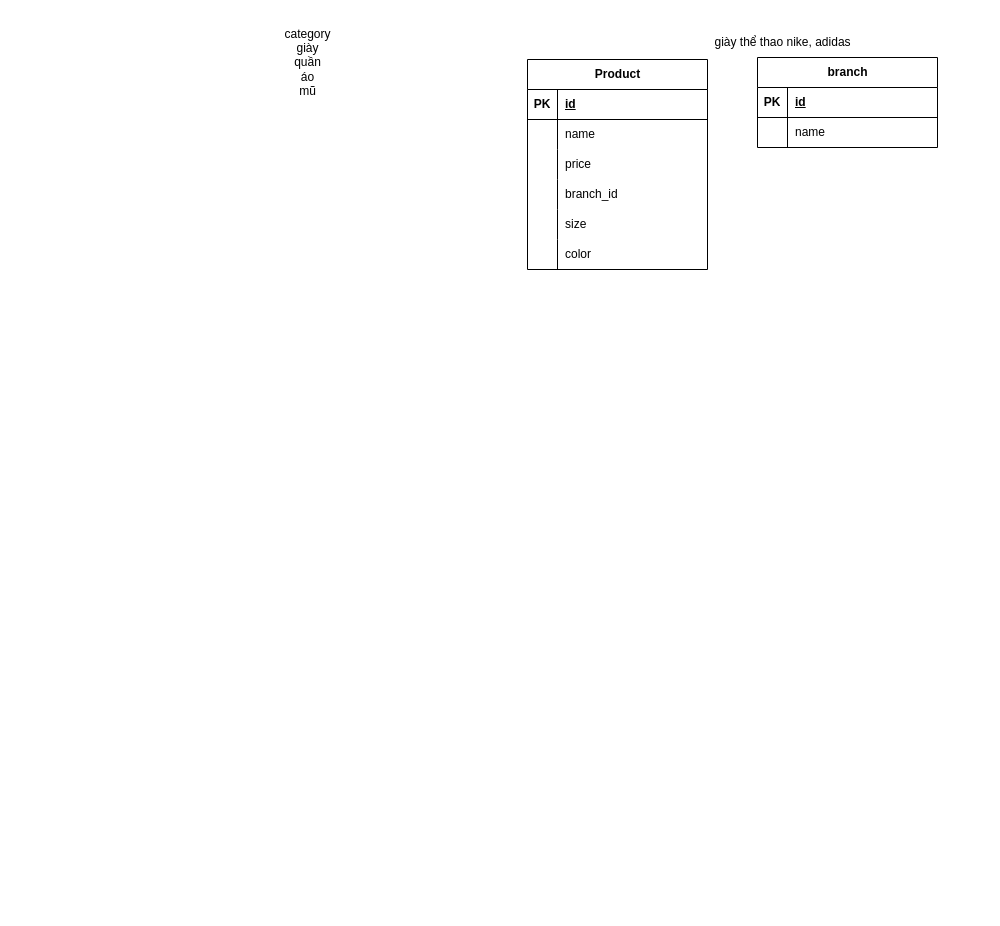
This is database.drawio from MingChenCodeLab/diagram, a draw.io file, before an edit. Source tidied: cells renumbered, new cells numbered last; positions are measured from the earlier drawing's top-left corner, leaving out a move shared by most shapes. Both pictures are drawn from the tidied source at 100%, with x=0, y=0 at pixel (272, 17).
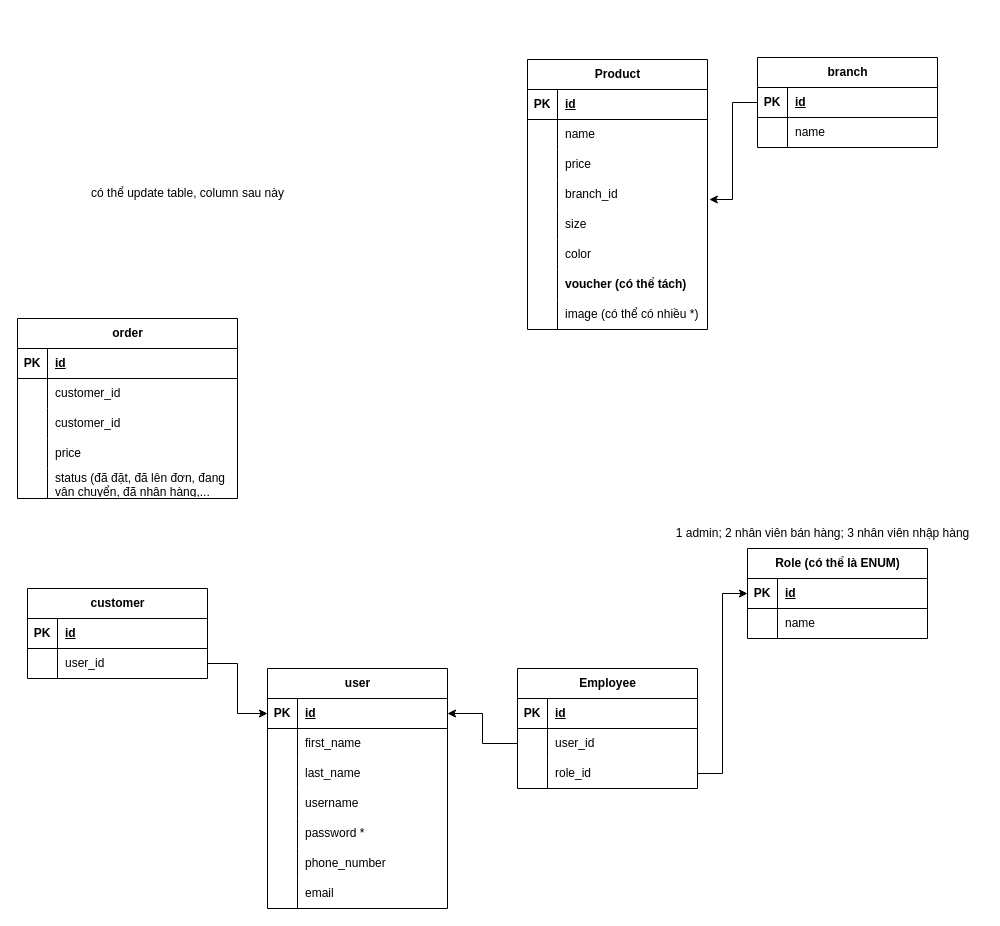
The same page after the edit.

Unchanged cells that the change refers to:
```xml
<mxCell id="12" style="shape=tableRow;horizontal=0;startSize=0;swimlaneHead=0;swimlaneBody=0;fillColor=none;points=[[0,0.5],[1,0.5]];portConstraint=eastwest;top=0;left=0;right=0;bottom=0;" parent="2" vertex="1">
  <mxGeometry y="120" width="180" height="30" as="geometry" />
</mxCell>
<mxCell id="23" style="shape=tableRow;horizontal=0;startSize=0;swimlaneHead=0;swimlaneBody=0;fillColor=none;points=[[0,0.5],[1,0.5]];portConstraint=eastwest;top=0;left=0;right=0;bottom=1;" parent="22" vertex="1">
  <mxGeometry y="30" width="180" height="30" as="geometry" />
</mxCell>
```

What changed in the source:
```diff
@@
     <mxCell id="2" value="Product" style="shape=table;startSize=30;childLayout=tableLayout;rowLines=0;fontStyle=1;align=center;html=1;" parent="1" vertex="1">
-      <mxGeometry x="255" y="42" width="180" height="210" as="geometry" />
+      <mxGeometry x="255" y="42" width="180" height="270" as="geometry" />
     </mxCell>
@@
-    <mxCell id="21" value="giày thể thao nike, adidas" style="text;html=1;align=center;verticalAlign=middle;strokeColor=none;fillColor=none;" parent="1" vertex="1">
-      <mxGeometry x="430" y="10" width="160" height="30" as="geometry" />
-    </mxCell>
+    <mxCell id="30" style="shape=tableRow;horizontal=0;startSize=0;swimlaneHead=0;swimlaneBody=0;fillColor=none;top=0;left=0;right=0;bottom=0;" parent="2" vertex="1">
+      <mxGeometry y="210" width="180" height="30" as="geometry" />
+    </mxCell>
+    <mxCell id="31" style="shape=partialRectangle;fillColor=none;top=0;left=0;bottom=0;right=0;overflow=hidden;whiteSpace=wrap;html=1;" parent="30" vertex="1">
+      <mxGeometry width="30" height="30" as="geometry" />
+    </mxCell>
+    <mxCell id="32" value="&lt;b&gt;voucher (có thể tách)&lt;/b&gt;" style="shape=partialRectangle;fillColor=none;top=0;left=0;bottom=0;right=0;align=left;spacingLeft=6;overflow=hidden;whiteSpace=wrap;html=1;" parent="30" vertex="1">
+      <mxGeometry x="30" width="150" height="30" as="geometry" />
+    </mxCell>
+    <mxCell id="33" style="shape=tableRow;horizontal=0;startSize=0;swimlaneHead=0;swimlaneBody=0;fillColor=none;top=0;left=0;right=0;bottom=0;" parent="2" vertex="1">
+      <mxGeometry y="240" width="180" height="30" as="geometry" />
+    </mxCell>
+    <mxCell id="34" style="shape=partialRectangle;fillColor=none;top=0;left=0;bottom=0;right=0;overflow=hidden;whiteSpace=wrap;html=1;" parent="33" vertex="1">
+      <mxGeometry width="30" height="30" as="geometry" />
+    </mxCell>
+    <mxCell id="35" value="image (có thể có nhiều *)" style="shape=partialRectangle;fillColor=none;top=0;left=0;bottom=0;right=0;align=left;spacingLeft=6;overflow=hidden;whiteSpace=wrap;html=1;" parent="33" vertex="1">
+      <mxGeometry x="30" width="150" height="30" as="geometry" />
+    </mxCell>
@@
-    <mxCell id="29" value="category&lt;br&gt;giày&lt;br&gt;quần&lt;br&gt;áo&lt;br&gt;mũ" style="text;html=1;align=center;verticalAlign=middle;strokeColor=none;fillColor=none;" parent="1" vertex="1">
-      <mxGeometry width="70" height="90" as="geometry" />
-    </mxCell>
+    <mxCell id="36" value="customer" style="shape=table;startSize=30;childLayout=tableLayout;rowLines=0;fontStyle=1;align=center;html=1;" parent="1" vertex="1">
+      <mxGeometry x="-245" y="571" width="180" height="90" as="geometry" />
+    </mxCell>
+    <mxCell id="37" style="shape=tableRow;horizontal=0;startSize=0;swimlaneHead=0;swimlaneBody=0;fillColor=none;top=0;left=0;right=0;bottom=1;" parent="36" vertex="1">
+      <mxGeometry y="30" width="180" height="30" as="geometry" />
+    </mxCell>
+    <mxCell id="38" value="PK" style="shape=partialRectangle;fillColor=none;top=0;left=0;bottom=0;right=0;fontStyle=1;overflow=hidden;whiteSpace=wrap;html=1;" parent="37" vertex="1">
+      <mxGeometry width="30" height="30" as="geometry" />
+    </mxCell>
+    <mxCell id="39" value="id" style="shape=partialRectangle;fillColor=none;top=0;left=0;bottom=0;right=0;align=left;spacingLeft=6;fontStyle=5;overflow=hidden;whiteSpace=wrap;html=1;" parent="37" vertex="1">
+      <mxGeometry x="30" width="150" height="30" as="geometry" />
+    </mxCell>
+    <mxCell id="40" style="shape=tableRow;horizontal=0;startSize=0;swimlaneHead=0;swimlaneBody=0;fillColor=none;points=[[0,0.5],[1,0.5]];portConstraint=eastwest;top=0;left=0;right=0;bottom=0;" parent="36" vertex="1">
+      <mxGeometry y="60" width="180" height="30" as="geometry" />
+    </mxCell>
+    <mxCell id="41" style="shape=partialRectangle;fillColor=none;top=0;left=0;bottom=0;right=0;overflow=hidden;whiteSpace=wrap;html=1;" parent="40" vertex="1">
+      <mxGeometry width="30" height="30" as="geometry" />
+    </mxCell>
+    <mxCell id="42" value="user_id" style="shape=partialRectangle;fillColor=none;top=0;left=0;bottom=0;right=0;align=left;spacingLeft=6;overflow=hidden;whiteSpace=wrap;html=1;" parent="40" vertex="1">
+      <mxGeometry x="30" width="150" height="30" as="geometry" />
+    </mxCell>
+    <mxCell id="43" style="edgeStyle=orthogonalEdgeStyle;rounded=0;jettySize=auto;html=1;entryX=1.01;entryY=0.667;entryDx=0;entryDy=0;entryPerimeter=0;" parent="1" edge="1" source="23" target="12">
+      <mxGeometry relative="1" as="geometry" />
+    </mxCell>
+    <mxCell id="44" value="có thể update table, column sau này" style="text;html=1;align=center;verticalAlign=middle;strokeColor=none;fillColor=none;" parent="1" vertex="1">
+      <mxGeometry x="-195" y="161" width="220" height="30" as="geometry" />
+    </mxCell>
+    <mxCell id="45" value="Employee" style="shape=table;startSize=30;childLayout=tableLayout;rowLines=0;fontStyle=1;align=center;html=1;" parent="1" vertex="1">
+      <mxGeometry x="245" y="651" width="180" height="120" as="geometry" />
+    </mxCell>
+    <mxCell id="46" style="shape=tableRow;horizontal=0;startSize=0;swimlaneHead=0;swimlaneBody=0;fillColor=none;top=0;left=0;right=0;bottom=1;" parent="45" vertex="1">
+      <mxGeometry y="30" width="180" height="30" as="geometry" />
+    </mxCell>
+    <mxCell id="47" value="PK" style="shape=partialRectangle;fillColor=none;top=0;left=0;bottom=0;right=0;fontStyle=1;overflow=hidden;whiteSpace=wrap;html=1;" parent="46" vertex="1">
+      <mxGeometry width="30" height="30" as="geometry" />
+    </mxCell>
+    <mxCell id="48" value="id" style="shape=partialRectangle;fillColor=none;top=0;left=0;bottom=0;right=0;align=left;spacingLeft=6;fontStyle=5;overflow=hidden;whiteSpace=wrap;html=1;" parent="46" vertex="1">
+      <mxGeometry x="30" width="150" height="30" as="geometry" />
+    </mxCell>
+    <mxCell id="49" style="shape=tableRow;horizontal=0;startSize=0;swimlaneHead=0;swimlaneBody=0;fillColor=none;points=[[0,0.5],[1,0.5]];portConstraint=eastwest;top=0;left=0;right=0;bottom=0;" parent="45" vertex="1">
+      <mxGeometry y="60" width="180" height="30" as="geometry" />
+    </mxCell>
+    <mxCell id="50" style="shape=partialRectangle;fillColor=none;top=0;left=0;bottom=0;right=0;overflow=hidden;whiteSpace=wrap;html=1;" parent="49" vertex="1">
+      <mxGeometry width="30" height="30" as="geometry" />
+    </mxCell>
+    <mxCell id="51" value="user_id" style="shape=partialRectangle;fillColor=none;top=0;left=0;bottom=0;right=0;align=left;spacingLeft=6;overflow=hidden;whiteSpace=wrap;html=1;" parent="49" vertex="1">
+      <mxGeometry x="30" width="150" height="30" as="geometry" />
+    </mxCell>
+    <mxCell id="52" style="shape=tableRow;horizontal=0;startSize=0;swimlaneHead=0;swimlaneBody=0;fillColor=none;points=[[0,0.5],[1,0.5]];portConstraint=eastwest;top=0;left=0;right=0;bottom=0;" parent="45" vertex="1">
+      <mxGeometry y="90" width="180" height="30" as="geometry" />
+    </mxCell>
+    <mxCell id="53" style="shape=partialRectangle;fillColor=none;top=0;left=0;bottom=0;right=0;overflow=hidden;whiteSpace=wrap;html=1;" parent="52" vertex="1">
+      <mxGeometry width="30" height="30" as="geometry" />
+    </mxCell>
+    <mxCell id="54" value="role_id" style="shape=partialRectangle;fillColor=none;top=0;left=0;bottom=0;right=0;align=left;spacingLeft=6;overflow=hidden;whiteSpace=wrap;html=1;" parent="52" vertex="1">
+      <mxGeometry x="30" width="150" height="30" as="geometry" />
+    </mxCell>
+    <mxCell id="55" value="Role (có thể là ENUM)" style="shape=table;startSize=30;childLayout=tableLayout;rowLines=0;fontStyle=1;align=center;html=1;" parent="1" vertex="1">
+      <mxGeometry x="475" y="531" width="180" height="90" as="geometry" />
+    </mxCell>
+    <mxCell id="56" style="shape=tableRow;horizontal=0;startSize=0;swimlaneHead=0;swimlaneBody=0;fillColor=none;points=[[0,0.5],[1,0.5]];portConstraint=eastwest;top=0;left=0;right=0;bottom=1;" parent="55" vertex="1">
+      <mxGeometry y="30" width="180" height="30" as="geometry" />
+    </mxCell>
+    <mxCell id="57" value="PK" style="shape=partialRectangle;fillColor=none;top=0;left=0;bottom=0;right=0;fontStyle=1;overflow=hidden;whiteSpace=wrap;html=1;" parent="56" vertex="1">
+      <mxGeometry width="30" height="30" as="geometry" />
+    </mxCell>
+    <mxCell id="58" value="id" style="shape=partialRectangle;fillColor=none;top=0;left=0;bottom=0;right=0;align=left;spacingLeft=6;fontStyle=5;overflow=hidden;whiteSpace=wrap;html=1;" parent="56" vertex="1">
+      <mxGeometry x="30" width="150" height="30" as="geometry" />
+    </mxCell>
+    <mxCell id="59" style="shape=tableRow;horizontal=0;startSize=0;swimlaneHead=0;swimlaneBody=0;fillColor=none;top=0;left=0;right=0;bottom=0;" parent="55" vertex="1">
+      <mxGeometry y="60" width="180" height="30" as="geometry" />
+    </mxCell>
+    <mxCell id="60" style="shape=partialRectangle;fillColor=none;top=0;left=0;bottom=0;right=0;overflow=hidden;whiteSpace=wrap;html=1;" parent="59" vertex="1">
+      <mxGeometry width="30" height="30" as="geometry" />
+    </mxCell>
+    <mxCell id="61" value="name" style="shape=partialRectangle;fillColor=none;top=0;left=0;bottom=0;right=0;align=left;spacingLeft=6;overflow=hidden;whiteSpace=wrap;html=1;" parent="59" vertex="1">
+      <mxGeometry x="30" width="150" height="30" as="geometry" />
+    </mxCell>
+    <mxCell id="62" value="1 admin; 2 nhân viên bán hàng; 3 nhân viên nhập hàng" style="text;html=1;align=center;verticalAlign=middle;strokeColor=none;fillColor=none;" parent="1" vertex="1">
+      <mxGeometry x="390" y="501" width="320" height="30" as="geometry" />
+    </mxCell>
+    <mxCell id="63" value="user" style="shape=table;startSize=30;childLayout=tableLayout;rowLines=0;fontStyle=1;align=center;html=1;" parent="1" vertex="1">
+      <mxGeometry x="-5" y="651" width="180" height="240" as="geometry" />
+    </mxCell>
+    <mxCell id="64" style="shape=tableRow;horizontal=0;startSize=0;swimlaneHead=0;swimlaneBody=0;fillColor=none;points=[[0,0.5],[1,0.5]];portConstraint=eastwest;top=0;left=0;right=0;bottom=1;" parent="63" vertex="1">
+      <mxGeometry y="30" width="180" height="30" as="geometry" />
+    </mxCell>
+    <mxCell id="65" value="PK" style="shape=partialRectangle;fillColor=none;top=0;left=0;bottom=0;right=0;fontStyle=1;overflow=hidden;whiteSpace=wrap;html=1;" parent="64" vertex="1">
+      <mxGeometry width="30" height="30" as="geometry" />
+    </mxCell>
+    <mxCell id="66" value="id" style="shape=partialRectangle;fillColor=none;top=0;left=0;bottom=0;right=0;align=left;spacingLeft=6;fontStyle=5;overflow=hidden;whiteSpace=wrap;html=1;" parent="64" vertex="1">
+      <mxGeometry x="30" width="150" height="30" as="geometry" />
+    </mxCell>
+    <mxCell id="67" style="shape=tableRow;horizontal=0;startSize=0;swimlaneHead=0;swimlaneBody=0;fillColor=none;top=0;left=0;right=0;bottom=0;" parent="63" vertex="1">
+      <mxGeometry y="60" width="180" height="30" as="geometry" />
+    </mxCell>
+    <mxCell id="68" style="shape=partialRectangle;fillColor=none;top=0;left=0;bottom=0;right=0;overflow=hidden;whiteSpace=wrap;html=1;" parent="67" vertex="1">
+      <mxGeometry width="30" height="30" as="geometry" />
+    </mxCell>
+    <mxCell id="69" value="first_name" style="shape=partialRectangle;fillColor=none;top=0;left=0;bottom=0;right=0;align=left;spacingLeft=6;overflow=hidden;whiteSpace=wrap;html=1;" parent="67" vertex="1">
+      <mxGeometry x="30" width="150" height="30" as="geometry" />
+    </mxCell>
+    <mxCell id="70" style="shape=tableRow;horizontal=0;startSize=0;swimlaneHead=0;swimlaneBody=0;fillColor=none;top=0;left=0;right=0;bottom=0;" parent="63" vertex="1">
+      <mxGeometry y="90" width="180" height="30" as="geometry" />
+    </mxCell>
+    <mxCell id="71" style="shape=partialRectangle;fillColor=none;top=0;left=0;bottom=0;right=0;overflow=hidden;whiteSpace=wrap;html=1;" parent="70" vertex="1">
+      <mxGeometry width="30" height="30" as="geometry" />
+    </mxCell>
+    <mxCell id="72" value="last_name" style="shape=partialRectangle;fillColor=none;top=0;left=0;bottom=0;right=0;align=left;spacingLeft=6;overflow=hidden;whiteSpace=wrap;html=1;" parent="70" vertex="1">
+      <mxGeometry x="30" width="150" height="30" as="geometry" />
+    </mxCell>
+    <mxCell id="73" style="shape=tableRow;horizontal=0;startSize=0;swimlaneHead=0;swimlaneBody=0;fillColor=none;top=0;left=0;right=0;bottom=0;" parent="63" vertex="1">
+      <mxGeometry y="120" width="180" height="30" as="geometry" />
+    </mxCell>
+    <mxCell id="74" style="shape=partialRectangle;fillColor=none;top=0;left=0;bottom=0;right=0;overflow=hidden;whiteSpace=wrap;html=1;" parent="73" vertex="1">
+      <mxGeometry width="30" height="30" as="geometry" />
+    </mxCell>
+    <mxCell id="75" value="username" style="shape=partialRectangle;fillColor=none;top=0;left=0;bottom=0;right=0;align=left;spacingLeft=6;overflow=hidden;whiteSpace=wrap;html=1;" parent="73" vertex="1">
+      <mxGeometry x="30" width="150" height="30" as="geometry" />
+    </mxCell>
+    <mxCell id="76" style="shape=tableRow;horizontal=0;startSize=0;swimlaneHead=0;swimlaneBody=0;fillColor=none;top=0;left=0;right=0;bottom=0;" parent="63" vertex="1">
+      <mxGeometry y="150" width="180" height="30" as="geometry" />
+    </mxCell>
+    <mxCell id="77" style="shape=partialRectangle;fillColor=none;top=0;left=0;bottom=0;right=0;overflow=hidden;whiteSpace=wrap;html=1;" parent="76" vertex="1">
+      <mxGeometry width="30" height="30" as="geometry" />
+    </mxCell>
+    <mxCell id="78" value="password *" style="shape=partialRectangle;fillColor=none;top=0;left=0;bottom=0;right=0;align=left;spacingLeft=6;overflow=hidden;whiteSpace=wrap;html=1;" parent="76" vertex="1">
+      <mxGeometry x="30" width="150" height="30" as="geometry" />
+    </mxCell>
+    <mxCell id="79" style="shape=tableRow;horizontal=0;startSize=0;swimlaneHead=0;swimlaneBody=0;fillColor=none;top=0;left=0;right=0;bottom=0;" parent="63" vertex="1">
+      <mxGeometry y="180" width="180" height="30" as="geometry" />
+    </mxCell>
+    <mxCell id="80" style="shape=partialRectangle;fillColor=none;top=0;left=0;bottom=0;right=0;overflow=hidden;whiteSpace=wrap;html=1;" parent="79" vertex="1">
+      <mxGeometry width="30" height="30" as="geometry" />
+    </mxCell>
+    <mxCell id="81" value="phone_number" style="shape=partialRectangle;fillColor=none;top=0;left=0;bottom=0;right=0;align=left;spacingLeft=6;overflow=hidden;whiteSpace=wrap;html=1;" parent="79" vertex="1">
+      <mxGeometry x="30" width="150" height="30" as="geometry" />
+    </mxCell>
+    <mxCell id="82" style="shape=tableRow;horizontal=0;startSize=0;swimlaneHead=0;swimlaneBody=0;fillColor=none;top=0;left=0;right=0;bottom=0;" parent="63" vertex="1">
+      <mxGeometry y="210" width="180" height="30" as="geometry" />
+    </mxCell>
+    <mxCell id="83" style="shape=partialRectangle;fillColor=none;top=0;left=0;bottom=0;right=0;overflow=hidden;whiteSpace=wrap;html=1;" parent="82" vertex="1">
+      <mxGeometry width="30" height="30" as="geometry" />
+    </mxCell>
+    <mxCell id="84" value="email" style="shape=partialRectangle;fillColor=none;top=0;left=0;bottom=0;right=0;align=left;spacingLeft=6;overflow=hidden;whiteSpace=wrap;html=1;" parent="82" vertex="1">
+      <mxGeometry x="30" width="150" height="30" as="geometry" />
+    </mxCell>
+    <mxCell id="85" style="edgeStyle=orthogonalEdgeStyle;rounded=0;jettySize=auto;html=1;entryX=0;entryY=0.5;entryDx=0;entryDy=0;" parent="1" edge="1" source="40" target="64">
+      <mxGeometry relative="1" as="geometry" />
+    </mxCell>
+    <mxCell id="86" style="edgeStyle=orthogonalEdgeStyle;rounded=0;jettySize=auto;html=1;entryX=0;entryY=0.5;entryDx=0;entryDy=0;" parent="1" edge="1" source="52" target="56">
+      <mxGeometry relative="1" as="geometry" />
+    </mxCell>
+    <mxCell id="87" style="edgeStyle=orthogonalEdgeStyle;rounded=0;jettySize=auto;html=1;entryX=1;entryY=0.5;entryDx=0;entryDy=0;" parent="1" edge="1" source="49" target="64">
+      <mxGeometry relative="1" as="geometry" />
+    </mxCell>
+    <mxCell id="88" value="order" style="shape=table;startSize=30;childLayout=tableLayout;rowLines=0;fontStyle=1;align=center;html=1;" parent="1" vertex="1">
+      <mxGeometry x="-255" y="301" width="220" height="180" as="geometry" />
+    </mxCell>
+    <mxCell id="89" style="shape=tableRow;horizontal=0;startSize=0;swimlaneHead=0;swimlaneBody=0;fillColor=none;top=0;left=0;right=0;bottom=1;" parent="88" vertex="1">
+      <mxGeometry y="30" width="220" height="30" as="geometry" />
+    </mxCell>
+    <mxCell id="90" value="PK" style="shape=partialRectangle;fillColor=none;top=0;left=0;bottom=0;right=0;fontStyle=1;overflow=hidden;whiteSpace=wrap;html=1;" parent="89" vertex="1">
+      <mxGeometry width="30" height="30" as="geometry" />
+    </mxCell>
+    <mxCell id="91" value="id" style="shape=partialRectangle;fillColor=none;top=0;left=0;bottom=0;right=0;align=left;spacingLeft=6;fontStyle=5;overflow=hidden;whiteSpace=wrap;html=1;" parent="89" vertex="1">
+      <mxGeometry x="30" width="190" height="30" as="geometry" />
+    </mxCell>
+    <mxCell id="92" style="shape=tableRow;horizontal=0;startSize=0;swimlaneHead=0;swimlaneBody=0;fillColor=none;top=0;left=0;right=0;bottom=0;" parent="88" vertex="1">
+      <mxGeometry y="60" width="220" height="30" as="geometry" />
+    </mxCell>
+    <mxCell id="93" style="shape=partialRectangle;fillColor=none;top=0;left=0;bottom=0;right=0;overflow=hidden;whiteSpace=wrap;html=1;" parent="92" vertex="1">
+      <mxGeometry width="30" height="30" as="geometry" />
+    </mxCell>
+    <mxCell id="94" value="customer_id" style="shape=partialRectangle;fillColor=none;top=0;left=0;bottom=0;right=0;align=left;spacingLeft=6;overflow=hidden;whiteSpace=wrap;html=1;" parent="92" vertex="1">
+      <mxGeometry x="30" width="190" height="30" as="geometry" />
+    </mxCell>
+    <mxCell id="95" style="shape=tableRow;horizontal=0;startSize=0;swimlaneHead=0;swimlaneBody=0;fillColor=none;top=0;left=0;right=0;bottom=0;" parent="88" vertex="1">
+      <mxGeometry y="90" width="220" height="30" as="geometry" />
+    </mxCell>
+    <mxCell id="96" style="shape=partialRectangle;fillColor=none;top=0;left=0;bottom=0;right=0;overflow=hidden;whiteSpace=wrap;html=1;" parent="95" vertex="1">
+      <mxGeometry width="30" height="30" as="geometry" />
+    </mxCell>
+    <mxCell id="97" value="customer_id" style="shape=partialRectangle;fillColor=none;top=0;left=0;bottom=0;right=0;align=left;spacingLeft=6;overflow=hidden;whiteSpace=wrap;html=1;" parent="95" vertex="1">
+      <mxGeometry x="30" width="190" height="30" as="geometry" />
+    </mxCell>
+    <mxCell id="98" style="shape=tableRow;horizontal=0;startSize=0;swimlaneHead=0;swimlaneBody=0;fillColor=none;top=0;left=0;right=0;bottom=0;" parent="88" vertex="1">
+      <mxGeometry y="120" width="220" height="30" as="geometry" />
+    </mxCell>
+    <mxCell id="99" style="shape=partialRectangle;fillColor=none;top=0;left=0;bottom=0;right=0;overflow=hidden;whiteSpace=wrap;html=1;" parent="98" vertex="1">
+      <mxGeometry width="30" height="30" as="geometry" />
+    </mxCell>
+    <mxCell id="100" value="price" style="shape=partialRectangle;fillColor=none;top=0;left=0;bottom=0;right=0;align=left;spacingLeft=6;overflow=hidden;whiteSpace=wrap;html=1;" parent="98" vertex="1">
+      <mxGeometry x="30" width="190" height="30" as="geometry" />
+    </mxCell>
+    <mxCell id="101" style="shape=tableRow;horizontal=0;startSize=0;swimlaneHead=0;swimlaneBody=0;fillColor=none;top=0;left=0;right=0;bottom=0;" parent="88" vertex="1">
+      <mxGeometry y="150" width="220" height="30" as="geometry" />
+    </mxCell>
+    <mxCell id="102" style="shape=partialRectangle;fillColor=none;top=0;left=0;bottom=0;right=0;overflow=hidden;whiteSpace=wrap;html=1;" parent="101" vertex="1">
+      <mxGeometry width="30" height="30" as="geometry" />
+    </mxCell>
+    <mxCell id="103" value="status (đã đặt, đã lên đơn, đang vận chuyển, đã nhận hàng,..." style="shape=partialRectangle;fillColor=none;top=0;left=0;bottom=0;right=0;align=left;spacingLeft=6;overflow=hidden;whiteSpace=wrap;html=1;" parent="101" vertex="1">
+      <mxGeometry x="30" width="190" height="30" as="geometry" />
+    </mxCell>
```
